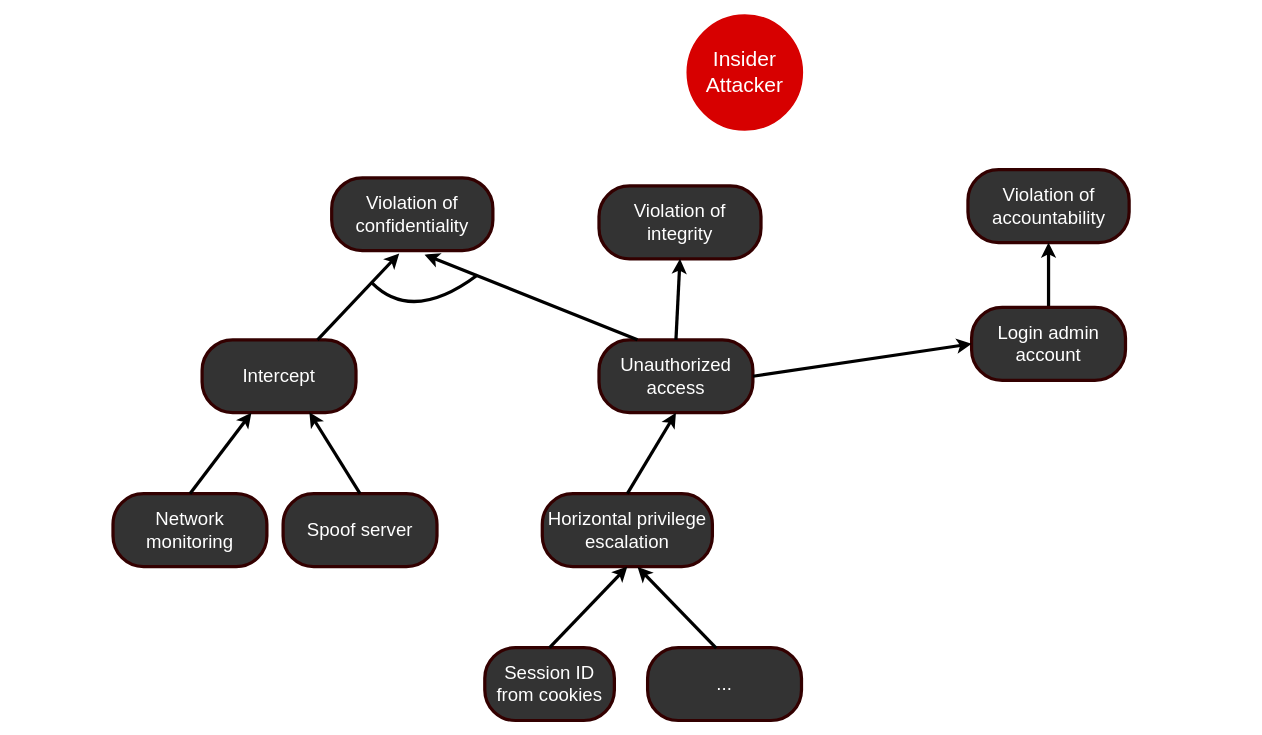
The draw.io diagram Insider attack tree.drawio in marzdeveloper/SoftwareCybersecurity, before the edit. Source tidied: cells renumbered, new cells numbered last; positions are measured from the earlier drawing's top-left corner, leaving out a move shared by most shapes. Both pictures are drawn from the tidied source at 81%, with x=0, y=0 at pixel (113, 15).
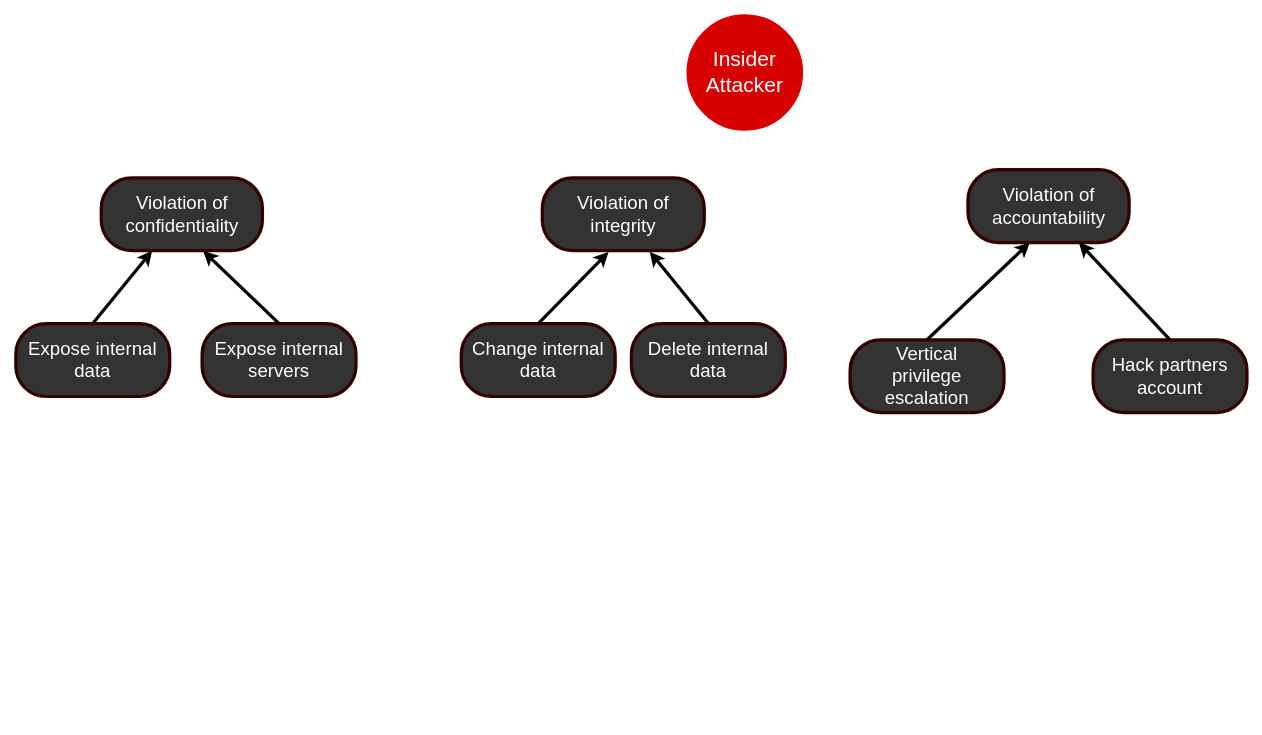
The same page after the edit.

Unchanged cells that the change refers to:
```xml
<mxCell id="5" value="&lt;font color=&quot;#ffffff&quot; style=&quot;font-size: 23px&quot;&gt;Violation of accountability&lt;/font&gt;" style="rounded=1;whiteSpace=wrap;html=1;strokeColor=#330000;strokeWidth=4;fillColor=#333333;gradientColor=none;arcSize=42;" parent="1" vertex="1">
  <mxGeometry x="1055.5" y="190" width="199" height="90" as="geometry" />
</mxCell>
```

The edit, as a diff of the source:
```diff
@@
     <mxCell id="3" value="&lt;font color=&quot;#ffffff&quot; style=&quot;font-size: 23px&quot;&gt;Violation of confidentiality&lt;/font&gt;&lt;span style=&quot;font-family: monospace ; font-size: 0px&quot;&gt;3CmxGraphModel%3E%3Croot%3E%3CmxCell%20id%3D%220%22%2F%3E%3CmxCell%20id%3D%221%22%20parent%3D%220%22%2F%3E%3CmxCell%20id%3D%222%22%20value%3D%22%26lt%3Bfont%20color%3D%26quot%3B%23ffffff%26quot%3B%20style%3D%26quot%3Bfont-size%3A%2023px%26quot%3B%26gt%3BViolation%20of%20availability%26lt%3B%2Ffont%26gt%3B%22%20style%3D%22rounded%3D1%3BwhiteSpace%3Dwrap%3Bhtml%3D1%3BstrokeColor%3D%23330000%3BstrokeWidth%3D4%3BfillColor%3D%23333333%3BgradientColor%3Dnone%3BarcSize%3D42%3B%22%20vertex%3D%221%22%20parent%3D%221%22%3E%3CmxGeometry%20x%3D%22530%22%20y%3D%22260%22%20width%3D%22199%22%20height%3D%2290%22%20as%3D%22geometry%22%2F%3E%3C%2FmxCell%3E%3C%2Froot%3E%3C%2FmxGraphModel%3E&lt;/span&gt;" style="rounded=1;whiteSpace=wrap;html=1;strokeColor=#330000;strokeWidth=4;fillColor=#333333;gradientColor=none;arcSize=42;" parent="1" vertex="1">
-      <mxGeometry x="270" y="200" width="199" height="90" as="geometry" />
+      <mxGeometry x="-14.5" y="200" width="199" height="90" as="geometry" />
     </mxCell>
     <mxCell id="4" value="&lt;font color=&quot;#ffffff&quot; style=&quot;font-size: 23px&quot;&gt;Violation of integrity&lt;/font&gt;" style="rounded=1;whiteSpace=wrap;html=1;strokeColor=#330000;strokeWidth=4;fillColor=#333333;gradientColor=none;arcSize=42;" parent="1" vertex="1">
-      <mxGeometry x="600" y="210" width="200" height="90" as="geometry" />
+      <mxGeometry x="530" y="200" width="200" height="90" as="geometry" />
     </mxCell>
@@
-    <mxCell id="6" value="&lt;font color=&quot;#ffffff&quot;&gt;&lt;span style=&quot;font-size: 23px&quot;&gt;Intercept&lt;/span&gt;&lt;/font&gt;" style="rounded=1;whiteSpace=wrap;html=1;strokeColor=#330000;strokeWidth=4;fillColor=#333333;gradientColor=none;arcSize=42;" parent="1" vertex="1">
-      <mxGeometry x="110" y="400" width="190" height="90" as="geometry" />
+    <mxCell id="6" value="&lt;font color=&quot;#ffffff&quot;&gt;&lt;span style=&quot;font-size: 23px&quot;&gt;Hack partners account&lt;/span&gt;&lt;/font&gt;" style="rounded=1;whiteSpace=wrap;html=1;strokeColor=#330000;strokeWidth=4;fillColor=#333333;gradientColor=none;arcSize=42;" parent="1" vertex="1">
+      <mxGeometry x="1210" y="400" width="190" height="90" as="geometry" />
     </mxCell>
-    <mxCell id="7" value="&lt;font color=&quot;#ffffff&quot;&gt;&lt;span style=&quot;font-size: 23px&quot;&gt;Unauthorized access&lt;/span&gt;&lt;/font&gt;" style="rounded=1;whiteSpace=wrap;html=1;strokeColor=#330000;strokeWidth=4;fillColor=#333333;gradientColor=none;arcSize=42;" parent="1" vertex="1">
-      <mxGeometry x="600" y="400" width="190" height="90" as="geometry" />
+    <mxCell id="7" value="&lt;font color=&quot;#ffffff&quot;&gt;&lt;span style=&quot;font-size: 23px&quot;&gt;Change internal data&lt;/span&gt;&lt;/font&gt;" style="rounded=1;whiteSpace=wrap;html=1;strokeColor=#330000;strokeWidth=4;fillColor=#333333;gradientColor=none;arcSize=42;" parent="1" vertex="1">
+      <mxGeometry x="430" y="380" width="190" height="90" as="geometry" />
     </mxCell>
-    <mxCell id="8" value="&lt;font color=&quot;#ffffff&quot;&gt;&lt;span style=&quot;font-size: 23px&quot;&gt;Network monitoring&lt;/span&gt;&lt;/font&gt;" style="rounded=1;whiteSpace=wrap;html=1;strokeColor=#330000;strokeWidth=4;fillColor=#333333;gradientColor=none;arcSize=42;" parent="1" vertex="1">
-      <mxGeometry y="590" width="190" height="90" as="geometry" />
+    <mxCell id="8" value="&lt;font color=&quot;#ffffff&quot;&gt;&lt;span style=&quot;font-size: 23px&quot;&gt;Expose internal data&lt;/span&gt;&lt;/font&gt;" style="rounded=1;whiteSpace=wrap;html=1;strokeColor=#330000;strokeWidth=4;fillColor=#333333;gradientColor=none;arcSize=42;" parent="1" vertex="1">
+      <mxGeometry x="-120" y="380" width="190" height="90" as="geometry" />
     </mxCell>
-    <mxCell id="9" value="&lt;font color=&quot;#ffffff&quot;&gt;&lt;span style=&quot;font-size: 23px&quot;&gt;Spoof server&lt;/span&gt;&lt;/font&gt;" style="rounded=1;whiteSpace=wrap;html=1;strokeColor=#330000;strokeWidth=4;fillColor=#333333;gradientColor=none;arcSize=42;" parent="1" vertex="1">
-      <mxGeometry x="210" y="590" width="190" height="90" as="geometry" />
+    <mxCell id="9" value="&lt;font color=&quot;#ffffff&quot;&gt;&lt;span style=&quot;font-size: 23px&quot;&gt;Expose internal servers&lt;/span&gt;&lt;/font&gt;" style="rounded=1;whiteSpace=wrap;html=1;strokeColor=#330000;strokeWidth=4;fillColor=#333333;gradientColor=none;arcSize=42;" parent="1" vertex="1">
+      <mxGeometry x="110" y="380" width="190" height="90" as="geometry" />
     </mxCell>
-    <mxCell id="10" style="endArrow=classic;html=1;strokeColor=#000000;strokeWidth=4;fontColor=#FFD966;entryX=0.419;entryY=1.038;entryDx=0;entryDy=0;exitX=0.75;exitY=0;exitDx=0;exitDy=0;entryPerimeter=0;" parent="1" edge="1" source="6" target="3">
+    <mxCell id="10" style="endArrow=classic;html=1;strokeColor=#000000;strokeWidth=4;fontColor=#FFD966;exitX=0.5;exitY=0;exitDx=0;exitDy=0;entryX=0.688;entryY=0.998;entryDx=0;entryDy=0;entryPerimeter=0;" parent="1" edge="1" source="6" target="5">
       <mxGeometry relative="1" as="geometry" />
     </mxCell>
-    <mxCell id="11" style="endArrow=classic;html=1;strokeColor=#000000;strokeWidth=4;fontColor=#FFD966;entryX=0.5;entryY=1;entryDx=0;entryDy=0;exitX=0.5;exitY=0;exitDx=0;exitDy=0;" parent="1" edge="1" source="7" target="4">
+    <mxCell id="11" style="endArrow=classic;html=1;strokeColor=#000000;strokeWidth=4;fontColor=#FFD966;entryX=0.409;entryY=1.017;entryDx=0;entryDy=0;exitX=0.5;exitY=0;exitDx=0;exitDy=0;entryPerimeter=0;" parent="1" edge="1" source="7" target="4">
       <mxGeometry relative="1" as="geometry" />
     </mxCell>
-    <mxCell id="12" style="endArrow=classic;html=1;strokeColor=#000000;strokeWidth=4;fontColor=#FFD966;entryX=0.576;entryY=1.054;entryDx=0;entryDy=0;exitX=0.25;exitY=0;exitDx=0;exitDy=0;entryPerimeter=0;" parent="1" edge="1" source="7" target="3">
-      <mxGeometry relative="1" as="geometry" />
-    </mxCell>
-    <mxCell id="13" style="endArrow=none;html=1;strokeColor=#000000;strokeWidth=4;fontColor=#FFD966;curved=1;" parent="1" edge="1">
-      <mxGeometry relative="1" as="geometry">
-        <mxPoint x="320" y="330" as="sourcePoint" />
-        <mxPoint x="450" y="320" as="targetPoint" />
-        <Array as="points">
-          <mxPoint x="370" y="380" />
-        </Array>
-      </mxGeometry>
-    </mxCell>
-    <mxCell id="14" style="endArrow=classic;html=1;strokeColor=#000000;strokeWidth=4;fontColor=#FFD966;exitX=0.5;exitY=0;exitDx=0;exitDy=0;" parent="1" edge="1" source="8" target="6">
-      <mxGeometry relative="1" as="geometry" />
-    </mxCell>
-    <mxCell id="15" style="endArrow=classic;html=1;strokeColor=#000000;strokeWidth=4;fontColor=#FFD966;entryX=0.697;entryY=0.994;entryDx=0;entryDy=0;entryPerimeter=0;exitX=0.5;exitY=0;exitDx=0;exitDy=0;" parent="1" edge="1" source="9" target="6">
-      <mxGeometry relative="1" as="geometry" />
-    </mxCell>
-    <mxCell id="16" value="&lt;font color=&quot;#ffffff&quot;&gt;&lt;span style=&quot;font-size: 23px&quot;&gt;Horizontal privilege escalation&lt;/span&gt;&lt;/font&gt;" style="rounded=1;whiteSpace=wrap;html=1;strokeColor=#330000;strokeWidth=4;fillColor=#333333;gradientColor=none;arcSize=42;" parent="1" vertex="1">
-      <mxGeometry x="530" y="590" width="210" height="90" as="geometry" />
-    </mxCell>
-    <mxCell id="17" style="endArrow=classic;html=1;strokeColor=#000000;strokeWidth=4;fontColor=#FFD966;entryX=0.5;entryY=1;entryDx=0;entryDy=0;exitX=0.5;exitY=0;exitDx=0;exitDy=0;" parent="1" edge="1" source="16" target="7">
-      <mxGeometry relative="1" as="geometry" />
-    </mxCell>
-    <mxCell id="18" value="&lt;font color=&quot;#ffffff&quot;&gt;&lt;span style=&quot;font-size: 23px&quot;&gt;Session ID from cookies&lt;/span&gt;&lt;/font&gt;" style="rounded=1;whiteSpace=wrap;html=1;strokeColor=#330000;strokeWidth=4;fillColor=#333333;gradientColor=none;arcSize=42;" parent="1" vertex="1">
-      <mxGeometry x="459" y="780" width="160" height="90" as="geometry" />
-    </mxCell>
-    <mxCell id="19" style="endArrow=classic;html=1;strokeColor=#000000;strokeWidth=4;fontColor=#FFD966;entryX=0.5;entryY=1;entryDx=0;entryDy=0;exitX=0.5;exitY=0;exitDx=0;exitDy=0;" parent="1" edge="1" source="18" target="16">
-      <mxGeometry relative="1" as="geometry" />
-    </mxCell>
-    <mxCell id="20" value="&lt;font color=&quot;#ffffff&quot;&gt;&lt;span style=&quot;font-size: 23px&quot;&gt;...&lt;/span&gt;&lt;/font&gt;" style="rounded=1;whiteSpace=wrap;html=1;strokeColor=#330000;strokeWidth=4;fillColor=#333333;gradientColor=none;arcSize=42;" parent="1" vertex="1">
-      <mxGeometry x="660" y="780" width="190" height="90" as="geometry" />
-    </mxCell>
-    <mxCell id="21" style="endArrow=classic;html=1;strokeColor=#000000;strokeWidth=4;fontColor=#FFD966;entryX=0.56;entryY=1.006;entryDx=0;entryDy=0;exitX=0.446;exitY=0.006;exitDx=0;exitDy=0;entryPerimeter=0;exitPerimeter=0;" parent="1" edge="1" source="20" target="16">
-      <mxGeometry relative="1" as="geometry" />
-    </mxCell>
-    <mxCell id="22" style="endArrow=classic;html=1;strokeColor=#000000;strokeWidth=4;fontColor=#FFD966;entryX=0.5;entryY=1;entryDx=0;entryDy=0;exitX=0.5;exitY=0;exitDx=0;exitDy=0;" parent="1" edge="1" source="23" target="5">
-      <mxGeometry relative="1" as="geometry" />
-    </mxCell>
-    <mxCell id="23" value="&lt;font color=&quot;#ffffff&quot;&gt;&lt;span style=&quot;font-size: 23px&quot;&gt;Login admin account&lt;/span&gt;&lt;/font&gt;" style="rounded=1;whiteSpace=wrap;html=1;strokeColor=#330000;strokeWidth=4;fillColor=#333333;gradientColor=none;arcSize=42;" parent="1" vertex="1">
-      <mxGeometry x="1060" y="360" width="190" height="90" as="geometry" />
-    </mxCell>
-    <mxCell id="24" style="endArrow=classic;html=1;strokeColor=#000000;strokeWidth=4;fontColor=#FFD966;exitX=1;exitY=0.5;exitDx=0;exitDy=0;entryX=0;entryY=0.5;entryDx=0;entryDy=0;" parent="1" edge="1" source="7" target="23">
-      <mxGeometry relative="1" as="geometry" />
-    </mxCell>
+    <mxCell id="25" value="&lt;span style=&quot;font-size: 23px&quot;&gt;&lt;font color=&quot;#ffffff&quot;&gt;Vertical&lt;br&gt;privilege escalation&lt;/font&gt;&lt;/span&gt;" style="rounded=1;whiteSpace=wrap;html=1;strokeColor=#330000;strokeWidth=4;fillColor=#333333;gradientColor=none;arcSize=42;" parent="1" vertex="1">
+      <mxGeometry x="910" y="400" width="190" height="90" as="geometry" />
+    </mxCell>
+    <mxCell id="26" style="endArrow=classic;html=1;strokeColor=#000000;strokeWidth=4;fontColor=#FFD966;entryX=0.384;entryY=0.998;entryDx=0;entryDy=0;exitX=0.5;exitY=0;exitDx=0;exitDy=0;entryPerimeter=0;" parent="1" edge="1" source="25" target="5">
+      <mxGeometry relative="1" as="geometry" />
+    </mxCell>
+    <mxCell id="27" style="endArrow=classic;html=1;strokeColor=#000000;strokeWidth=4;fontColor=#FFD966;exitX=0.5;exitY=0;exitDx=0;exitDy=0;" parent="1" edge="1" source="8" target="3">
+      <mxGeometry relative="1" as="geometry" />
+    </mxCell>
+    <mxCell id="28" style="endArrow=classic;html=1;strokeColor=#000000;strokeWidth=4;fontColor=#FFD966;exitX=0.5;exitY=0;exitDx=0;exitDy=0;entryX=0.632;entryY=1.002;entryDx=0;entryDy=0;entryPerimeter=0;" parent="1" edge="1" source="9" target="3">
+      <mxGeometry relative="1" as="geometry" />
+    </mxCell>
+    <mxCell id="29" value="&lt;font color=&quot;#ffffff&quot;&gt;&lt;span style=&quot;font-size: 23px&quot;&gt;Delete internal data&lt;/span&gt;&lt;/font&gt;" style="rounded=1;whiteSpace=wrap;html=1;strokeColor=#330000;strokeWidth=4;fillColor=#333333;gradientColor=none;arcSize=42;" parent="1" vertex="1">
+      <mxGeometry x="640" y="380" width="190" height="90" as="geometry" />
+    </mxCell>
+    <mxCell id="30" style="endArrow=classic;html=1;strokeColor=#000000;strokeWidth=4;fontColor=#FFD966;exitX=0.5;exitY=0;exitDx=0;exitDy=0;entryX=0.663;entryY=1.012;entryDx=0;entryDy=0;entryPerimeter=0;" parent="1" edge="1" source="29" target="4">
+      <mxGeometry relative="1" as="geometry" />
+    </mxCell>
```
